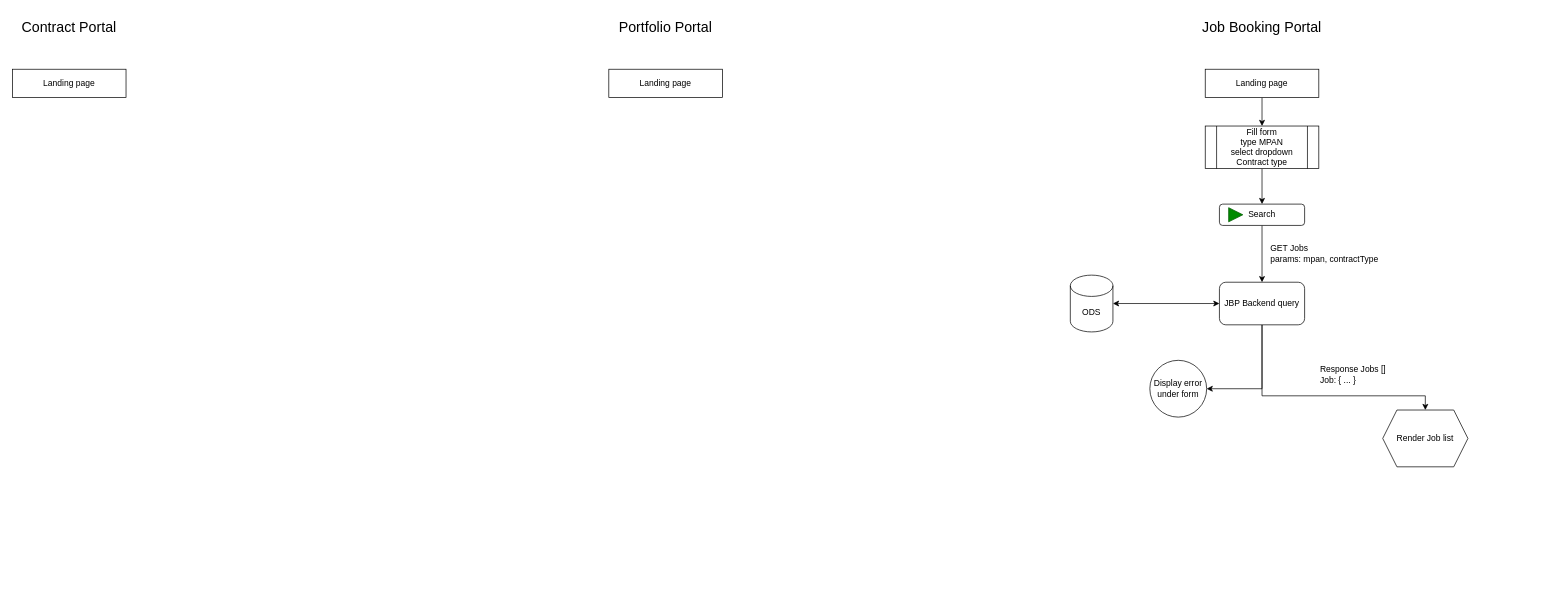
Before: portal-flows.drawio in Am0031/diagrams-collection, a draw.io diagram. Source tidied: cells renumbered, new cells numbered last; positions are measured from the earlier drawing's top-left corner, leaving out a move shared by most shapes. Both pictures are drawn from the tidied source at 71%, with x=0, y=0 at pixel (12, 12).
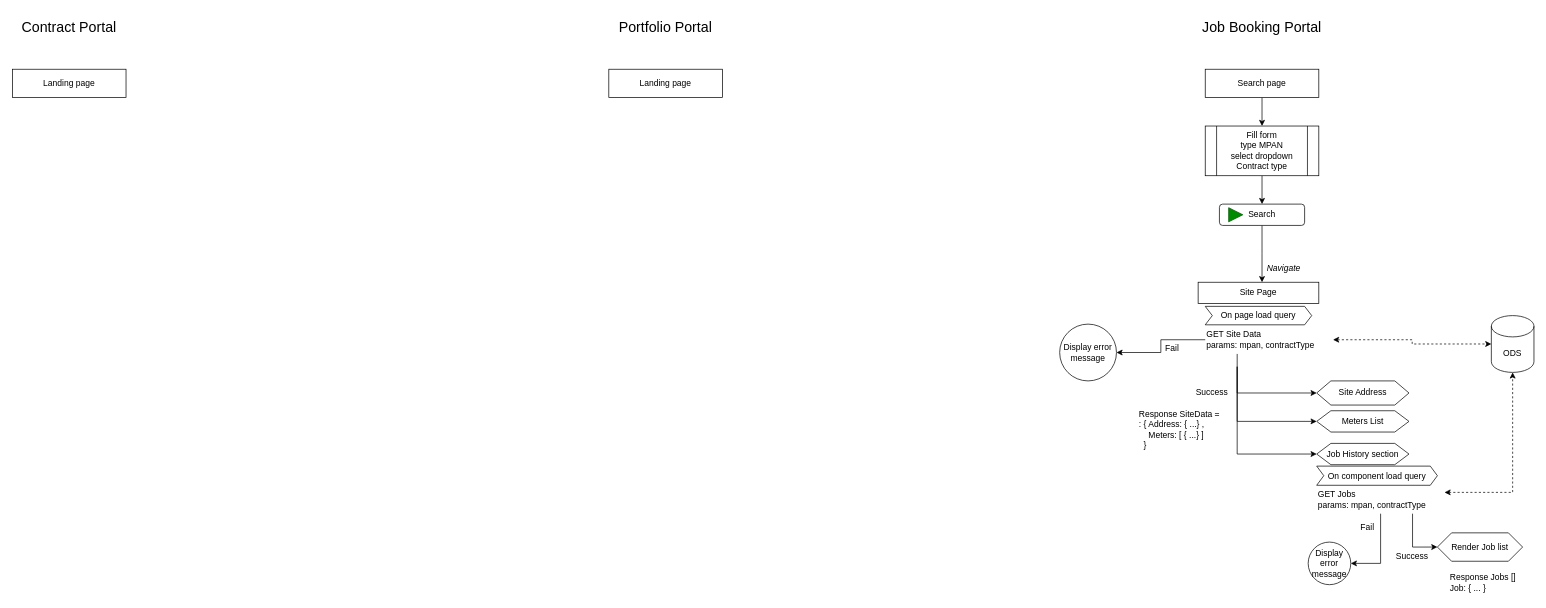
The same page after the edit.

The change refers to these unchanged cells:
```xml
<mxCell id="11" value="Search" style="rounded=1;whiteSpace=wrap;html=1;" parent="1" vertex="1">
  <mxGeometry x="1700" y="270" width="120" height="30" as="geometry" />
</mxCell>
```

The edit, as a diff of the source:
```diff
@@
-    <mxCell id="7" value="Landing page" style="rounded=0;whiteSpace=wrap;html=1;" parent="1" vertex="1">
+    <mxCell id="7" value="Search page" style="rounded=0;whiteSpace=wrap;html=1;" parent="1" vertex="1">
       <mxGeometry x="1680" y="80" width="160" height="40" as="geometry" />
     </mxCell>
@@
-    <mxCell id="10" style="edgeStyle=orthogonalEdgeStyle;rounded=0;jettySize=auto;html=1;exitX=0.5;exitY=1;exitDx=0;exitDy=0;entryX=0.5;entryY=0;entryDx=0;entryDy=0;" parent="1" edge="1" source="11" target="17">
-      <mxGeometry relative="1" as="geometry" />
+    <mxCell id="10" style="edgeStyle=orthogonalEdgeStyle;rounded=0;jettySize=auto;html=1;exitX=0.5;exitY=1;exitDx=0;exitDy=0;entryX=0.5;entryY=0;entryDx=0;entryDy=0;" parent="1" edge="1" source="11">
+      <mxGeometry relative="1" as="geometry">
+        <mxPoint x="1760" y="380" as="targetPoint" />
+      </mxGeometry>
     </mxCell>
@@
     <mxCell id="12" value="Fill form&lt;div&gt;type MPAN&lt;/div&gt;&lt;div&gt;select dropdown Contract type&lt;/div&gt;" style="shape=process;whiteSpace=wrap;html=1;backgroundOutline=1;" parent="1" vertex="1">
-      <mxGeometry x="1680" y="160" width="160" height="60" as="geometry" />
+      <mxGeometry x="1680" y="160" width="160" height="70" as="geometry" />
     </mxCell>
@@
     <mxCell id="14" value="ODS" style="shape=cylinder3;whiteSpace=wrap;html=1;boundedLbl=1;backgroundOutline=1;size=15;" parent="1" vertex="1">
-      <mxGeometry x="1490" y="370" width="60" height="80" as="geometry" />
+      <mxGeometry x="2083" y="427" width="60" height="80" as="geometry" />
     </mxCell>
-    <mxCell id="15" style="edgeStyle=orthogonalEdgeStyle;rounded=0;jettySize=auto;html=1;exitX=0.5;exitY=1;exitDx=0;exitDy=0;" parent="1" edge="1" source="17" target="21">
-      <mxGeometry relative="1" as="geometry">
-        <Array as="points">
-          <mxPoint x="1760" y="540" />
-          <mxPoint x="1990" y="540" />
-        </Array>
-      </mxGeometry>
-    </mxCell>
-    <mxCell id="16" style="edgeStyle=orthogonalEdgeStyle;rounded=0;jettySize=auto;html=1;exitX=0.5;exitY=1;exitDx=0;exitDy=0;entryX=1;entryY=0.5;entryDx=0;entryDy=0;" parent="1" edge="1" source="17" target="22">
-      <mxGeometry relative="1" as="geometry" />
-    </mxCell>
-    <mxCell id="17" value="JBP Backend query" style="rounded=1;whiteSpace=wrap;html=1;" parent="1" vertex="1">
-      <mxGeometry x="1700" y="380" width="120" height="60" as="geometry" />
-    </mxCell>
-    <mxCell id="18" style="edgeStyle=orthogonalEdgeStyle;rounded=0;jettySize=auto;html=1;exitX=0;exitY=0.5;exitDx=0;exitDy=0;entryX=1;entryY=0.5;entryDx=0;entryDy=0;entryPerimeter=0;startArrow=classic;startFill=1;" parent="1" edge="1" source="17" target="14">
+    <mxCell id="18" style="edgeStyle=orthogonalEdgeStyle;rounded=0;jettySize=auto;html=1;entryX=0;entryY=0.5;entryDx=0;entryDy=0;entryPerimeter=0;startArrow=classic;startFill=1;dashed=1;exitX=1;exitY=0.5;exitDx=0;exitDy=0;" parent="1" edge="1" source="36" target="14">
       <mxGeometry relative="1" as="geometry" />
     </mxCell>
-    <mxCell id="19" value="GET Jobs&lt;div&gt;params: mpan, contractType&lt;/div&gt;" style="rounded=0;whiteSpace=wrap;html=1;fillColor=none;strokeColor=none;fontSize=12;align=left;" parent="1" vertex="1">
-      <mxGeometry x="1770" y="320" width="180" height="40" as="geometry" />
-    </mxCell>
     <mxCell id="20" value="&lt;div&gt;Response Jobs []&lt;/div&gt;&lt;div&gt;Job: { ... }&lt;/div&gt;" style="rounded=0;whiteSpace=wrap;html=1;fillColor=none;strokeColor=none;fontSize=12;align=left;" parent="1" vertex="1">
-      <mxGeometry x="1840" y="490" width="180" height="40" as="geometry" />
+      <mxGeometry x="2023" y="783" width="120" height="40" as="geometry" />
     </mxCell>
-    <mxCell id="21" value="Render Job list" style="shape=hexagon;perimeter=hexagonPerimeter2;whiteSpace=wrap;html=1;fixedSize=1;" parent="1" vertex="1">
-      <mxGeometry x="1930" y="560" width="120" height="80" as="geometry" />
+    <mxCell id="21" value="Site Address" style="shape=hexagon;perimeter=hexagonPerimeter2;whiteSpace=wrap;html=1;fixedSize=1;" parent="1" vertex="1">
+      <mxGeometry x="1837" y="519" width="130" height="34" as="geometry" />
     </mxCell>
-    <mxCell id="22" value="Display error under form" style="ellipse;whiteSpace=wrap;html=1;" parent="1" vertex="1">
-      <mxGeometry x="1602" y="490" width="80" height="80" as="geometry" />
-    </mxCell>
+    <mxCell id="23" value="Site Page" style="rounded=0;whiteSpace=wrap;html=1;verticalAlign=top;" parent="1" vertex="1">
+      <mxGeometry x="1670" y="380" width="170" height="30" as="geometry" />
+    </mxCell>
+    <mxCell id="24" value="&lt;div&gt;Navigate&lt;/div&gt;" style="rounded=0;whiteSpace=wrap;html=1;fillColor=none;strokeColor=none;fontSize=12;align=left;fontStyle=2;" parent="1" vertex="1">
+      <mxGeometry x="1765" y="340" width="60" height="40" as="geometry" />
+    </mxCell>
+    <mxCell id="25" style="edgeStyle=orthogonalEdgeStyle;rounded=0;jettySize=auto;html=1;entryX=1;entryY=0.5;entryDx=0;entryDy=0;" parent="1" edge="1" source="19" target="39">
+      <mxGeometry relative="1" as="geometry" />
+    </mxCell>
+    <mxCell id="26" style="edgeStyle=orthogonalEdgeStyle;rounded=0;jettySize=auto;html=1;exitX=0.75;exitY=1;exitDx=0;exitDy=0;entryX=0;entryY=0.5;entryDx=0;entryDy=0;" parent="1" edge="1" source="19" target="38">
+      <mxGeometry relative="1" as="geometry" />
+    </mxCell>
+    <mxCell id="27" style="edgeStyle=orthogonalEdgeStyle;rounded=0;jettySize=auto;html=1;exitX=1;exitY=0.25;exitDx=0;exitDy=0;startArrow=classic;startFill=1;dashed=1;" parent="1" edge="1" source="19" target="14">
+      <mxGeometry relative="1" as="geometry" />
+    </mxCell>
+    <mxCell id="19" value="GET Jobs&lt;div&gt;params: mpan, contractType&lt;/div&gt;" style="rounded=0;whiteSpace=wrap;html=1;fillColor=none;strokeColor=none;fontSize=12;align=left;" parent="1" vertex="1">
+      <mxGeometry x="1837" y="666" width="180" height="40" as="geometry" />
+    </mxCell>
+    <mxCell id="28" style="edgeStyle=orthogonalEdgeStyle;rounded=0;jettySize=auto;html=1;entryX=1;entryY=0.5;entryDx=0;entryDy=0;exitX=0;exitY=0.5;exitDx=0;exitDy=0;" parent="1" edge="1" source="36" target="32">
+      <mxGeometry relative="1" as="geometry" />
+    </mxCell>
+    <mxCell id="29" value="On page load query" style="shape=step;perimeter=stepPerimeter;whiteSpace=wrap;html=1;fixedSize=1;size=10;" parent="1" vertex="1">
+      <mxGeometry x="1680" y="414" width="150" height="26" as="geometry" />
+    </mxCell>
+    <mxCell id="30" value="&lt;div&gt;Success&lt;/div&gt;" style="rounded=0;whiteSpace=wrap;html=1;fillColor=none;strokeColor=none;fontSize=12;align=left;" parent="1" vertex="1">
+      <mxGeometry x="1665" y="516" width="60" height="40" as="geometry" />
+    </mxCell>
+    <mxCell id="31" value="&lt;div&gt;Fail&lt;/div&gt;" style="rounded=0;whiteSpace=wrap;html=1;fillColor=none;strokeColor=none;fontSize=12;align=left;" parent="1" vertex="1">
+      <mxGeometry x="1622" y="454" width="30" height="40" as="geometry" />
+    </mxCell>
+    <mxCell id="32" value="Display error message" style="ellipse;whiteSpace=wrap;html=1;" parent="1" vertex="1">
+      <mxGeometry x="1475" y="439" width="80" height="80" as="geometry" />
+    </mxCell>
+    <mxCell id="33" style="edgeStyle=orthogonalEdgeStyle;rounded=0;jettySize=auto;html=1;exitX=0.5;exitY=1;exitDx=0;exitDy=0;entryX=0;entryY=0.5;entryDx=0;entryDy=0;" parent="1" edge="1" target="21">
+      <mxGeometry relative="1" as="geometry">
+        <mxPoint x="1725" y="499" as="sourcePoint" />
+        <Array as="points">
+          <mxPoint x="1725" y="536" />
+        </Array>
+      </mxGeometry>
+    </mxCell>
+    <mxCell id="34" style="edgeStyle=orthogonalEdgeStyle;rounded=0;jettySize=auto;html=1;exitX=0.5;exitY=1;exitDx=0;exitDy=0;entryX=0;entryY=0.5;entryDx=0;entryDy=0;" parent="1" edge="1" target="40">
+      <mxGeometry relative="1" as="geometry">
+        <mxPoint x="1725" y="499" as="sourcePoint" />
+        <Array as="points">
+          <mxPoint x="1725" y="576" />
+        </Array>
+      </mxGeometry>
+    </mxCell>
+    <mxCell id="35" style="edgeStyle=orthogonalEdgeStyle;rounded=0;jettySize=auto;html=1;exitX=0.25;exitY=1;exitDx=0;exitDy=0;entryX=0;entryY=0.5;entryDx=0;entryDy=0;" parent="1" edge="1" source="36" target="44">
+      <mxGeometry relative="1" as="geometry">
+        <Array as="points">
+          <mxPoint x="1725" y="622" />
+        </Array>
+      </mxGeometry>
+    </mxCell>
+    <mxCell id="36" value="GET Site Data&lt;div&gt;&lt;div&gt;params: mpan, contractType&lt;/div&gt;&lt;/div&gt;" style="rounded=0;whiteSpace=wrap;html=1;fillColor=none;strokeColor=none;fontSize=12;align=left;" parent="1" vertex="1">
+      <mxGeometry x="1680" y="441" width="180" height="40" as="geometry" />
+    </mxCell>
+    <mxCell id="37" value="&lt;div&gt;Response SiteData =&amp;nbsp;&lt;/div&gt;&lt;div&gt;: { Address: { ...} ,&lt;/div&gt;&lt;div&gt;&amp;nbsp; &amp;nbsp; Meters: [ { ...} ]&lt;/div&gt;&lt;div&gt;&amp;nbsp; }&lt;/div&gt;" style="rounded=0;whiteSpace=wrap;html=1;fillColor=none;strokeColor=none;fontSize=12;align=left;" parent="1" vertex="1">
+      <mxGeometry x="1585" y="553" width="120" height="69" as="geometry" />
+    </mxCell>
+    <mxCell id="38" value="Render Job list" style="shape=hexagon;perimeter=hexagonPerimeter2;whiteSpace=wrap;html=1;fixedSize=1;" parent="1" vertex="1">
+      <mxGeometry x="2007" y="733" width="120" height="40" as="geometry" />
+    </mxCell>
+    <mxCell id="39" value="Display error message" style="ellipse;whiteSpace=wrap;html=1;" parent="1" vertex="1">
+      <mxGeometry x="1825" y="746" width="60" height="60" as="geometry" />
+    </mxCell>
+    <mxCell id="40" value="Meters List" style="shape=hexagon;perimeter=hexagonPerimeter2;whiteSpace=wrap;html=1;fixedSize=1;" parent="1" vertex="1">
+      <mxGeometry x="1837" y="561" width="130" height="30" as="geometry" />
+    </mxCell>
+    <mxCell id="41" value="On component load query" style="shape=step;perimeter=stepPerimeter;whiteSpace=wrap;html=1;fixedSize=1;size=10;" parent="1" vertex="1">
+      <mxGeometry x="1837" y="639" width="170" height="27" as="geometry" />
+    </mxCell>
+    <mxCell id="42" value="&lt;div&gt;Success&lt;/div&gt;" style="rounded=0;whiteSpace=wrap;html=1;fillColor=none;strokeColor=none;fontSize=12;align=left;" parent="1" vertex="1">
+      <mxGeometry x="1947" y="746" width="60" height="40" as="geometry" />
+    </mxCell>
+    <mxCell id="43" value="&lt;div&gt;Fail&lt;/div&gt;" style="rounded=0;whiteSpace=wrap;html=1;fillColor=none;strokeColor=none;fontSize=12;align=left;" parent="1" vertex="1">
+      <mxGeometry x="1897" y="706" width="30" height="40" as="geometry" />
+    </mxCell>
+    <mxCell id="44" value="Job History section" style="shape=hexagon;perimeter=hexagonPerimeter2;whiteSpace=wrap;html=1;fixedSize=1;" parent="1" vertex="1">
+      <mxGeometry x="1837" y="607" width="130" height="30" as="geometry" />
+    </mxCell>
```
